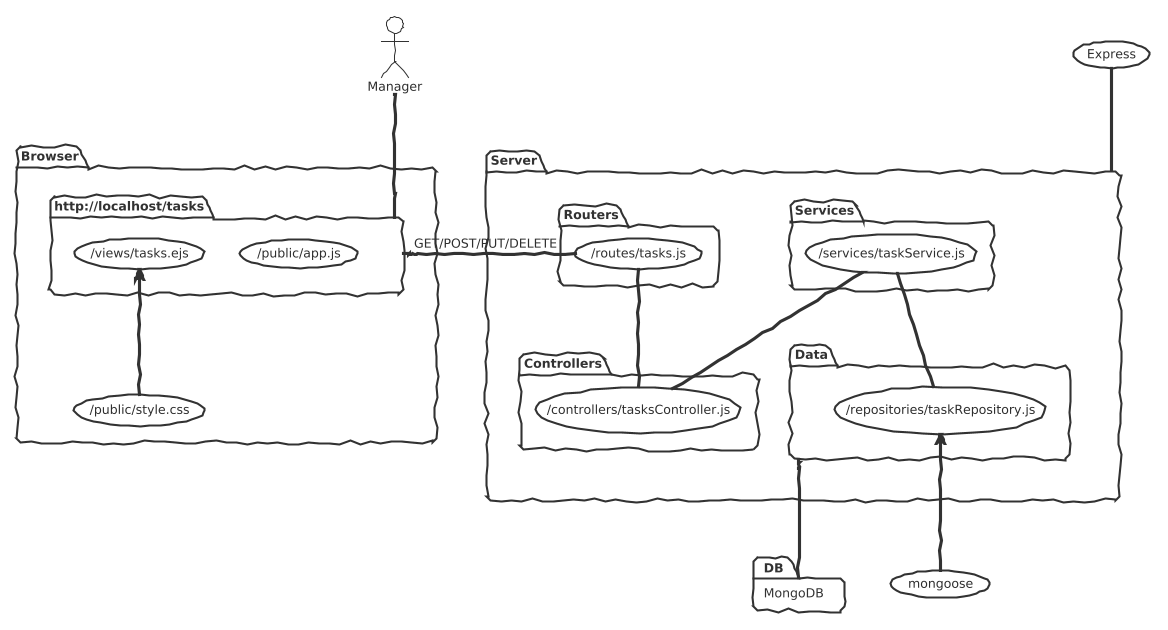
Above: private/diagram.png in johnemilian/CS326-Group16-project (PlantUML), before the change. The source it was exported from:
```plantuml
@startuml
!theme sketchy-outline
:Manager: as U1
(mongoose)
package "Browser" {

package "http://localhost/tasks" as tasksPage {
  (/views/tasks.ejs) as TV
  (/public/app.js) as client
}
(/public/style.css) as CSS
TV <-- CSS
}
package "Server" as ES {

package "Routers" {
(/routes/tasks.js) as TRou
}

package "Controllers" {
(/controllers/tasksController.js) as TC
}

package "Services" {
(/services/taskService.js) as TS
}

package "Data" {
(/repositories/taskRepository.js) as TRep
}
}
package "MongoDB" as DB {

}
(Express)

}
U1 -- tasksPage
Express -down- ES
mongoose -up-> TRep
TRou -down- TC
TS -down- TC
TS -down- TRep
tasksPage -right- TRou : GET/POST/PUT/DELETE
Data -down- DB
@enduml
```
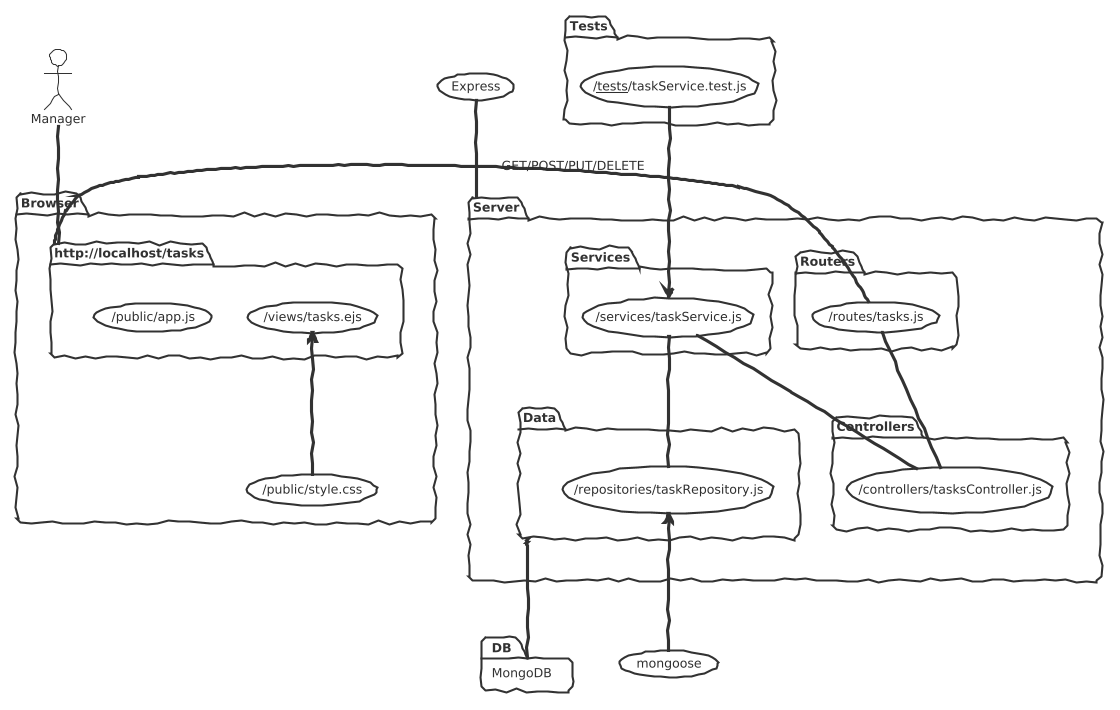
Later version of the same file.

The edit, as a diff of the source:
```diff
@@ -11,6 +11,11 @@
 (/public/style.css) as CSS
 TV <-- CSS
 }
+
+package "Tests" {
+  (/__tests__/taskService.test.js) as TST
+}
+
 package "Server" as ES {
 
 package "Routers" {
@@ -35,6 +40,7 @@
 (Express)
 
 }
+TST --> TS
 U1 -- tasksPage
 Express -down- ES
 mongoose -up-> TRep
```
